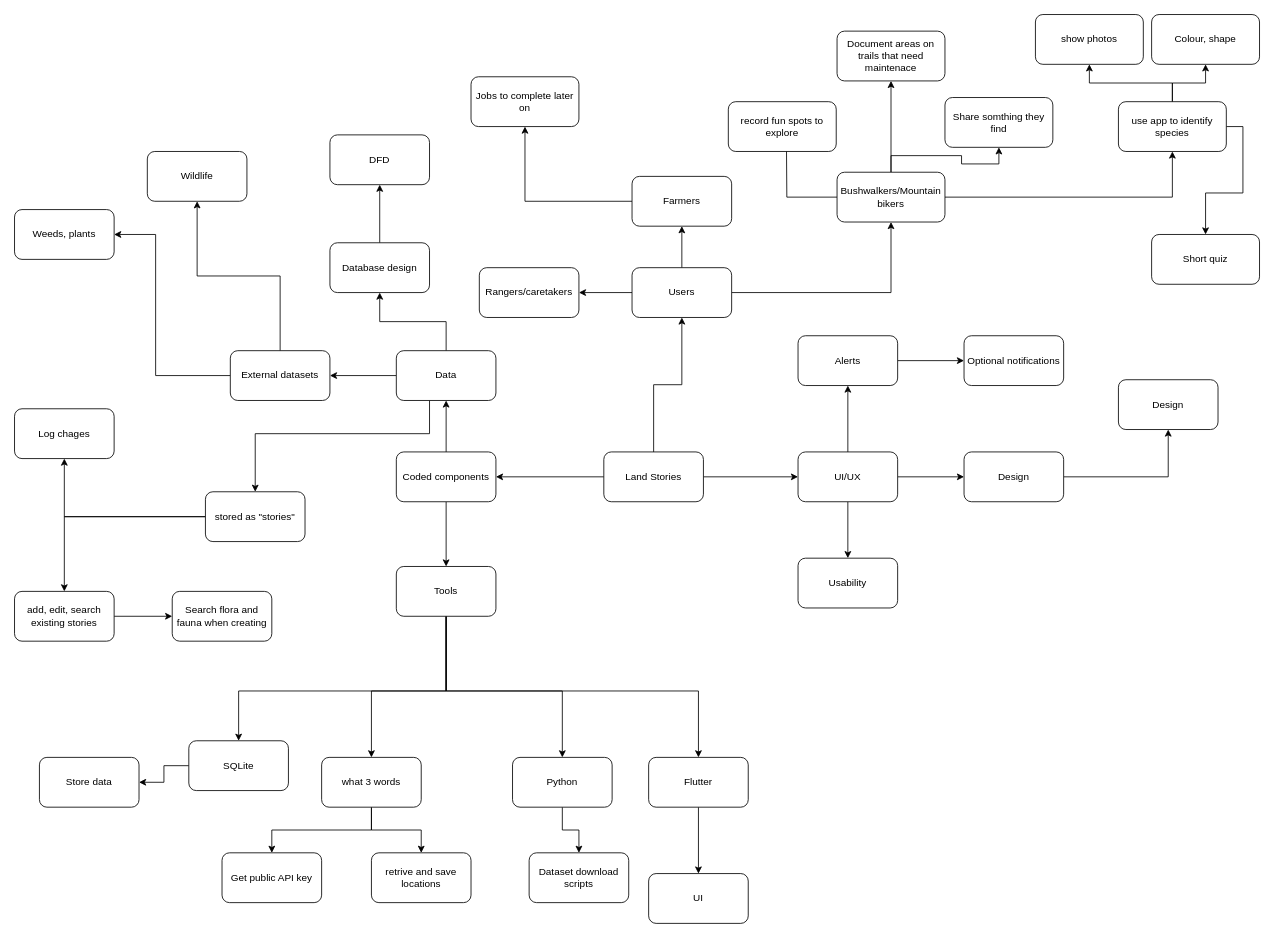
bradystroud/LandStories keeps this draw.io diagram as page "mind map" (1 of 3) of Documentation/Diagrams/You must to.drawio. Above is the earlier version. Source tidied: cells renumbered, new cells numbered last; positions are measured from the earlier drawing's top-left corner, leaving out a move shared by most shapes. Both pictures are drawn from the tidied source at 83%, with x=0, y=0 at pixel (14, 14).
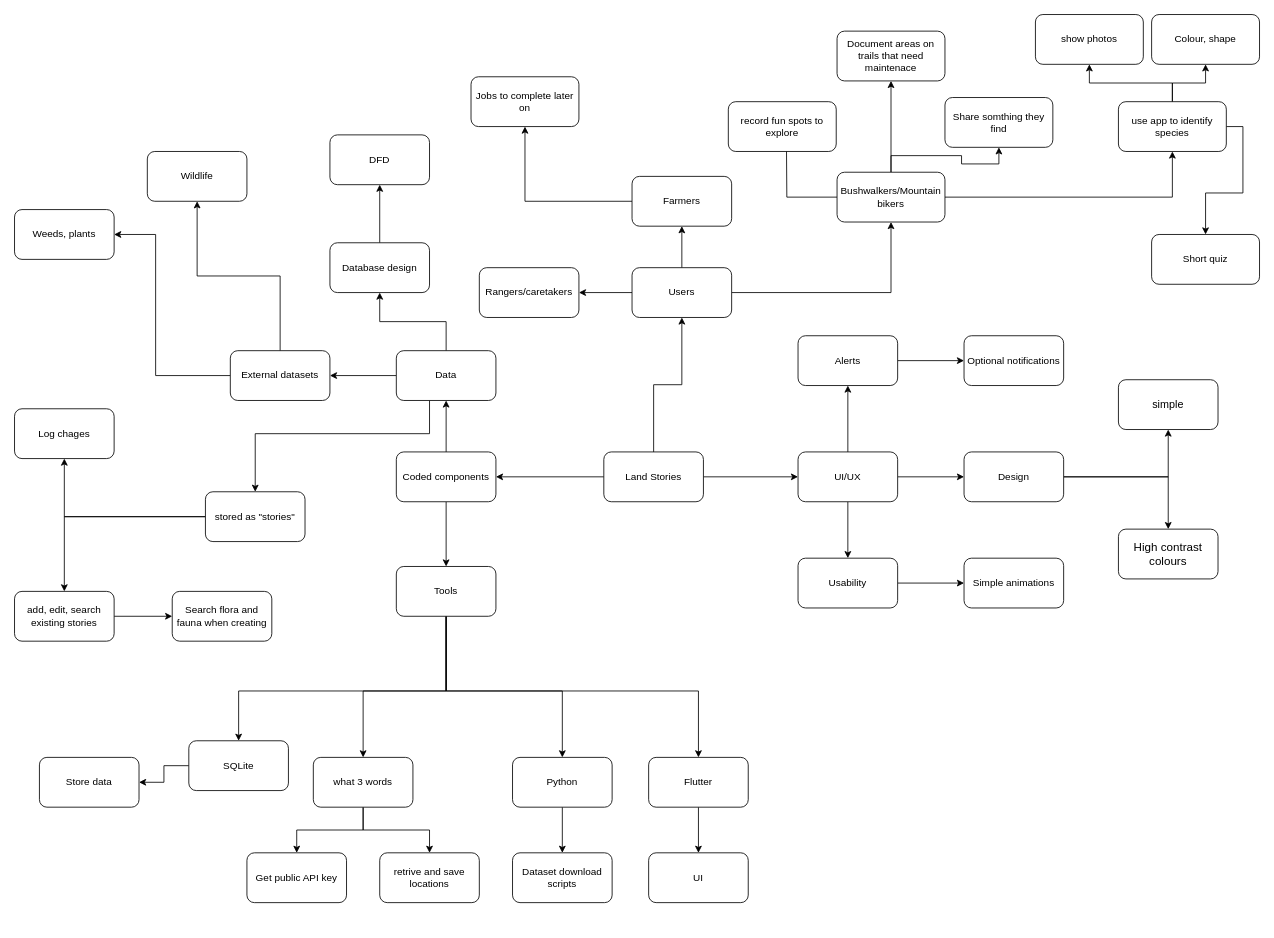
The same page after the edit.

The change refers to these unchanged cells:
```xml
<mxCell id="11" value="Design" style="rounded=1;whiteSpace=wrap;html=1;" parent="1" vertex="1">
  <mxGeometry x="1144" y="527" width="120" height="60" as="geometry" />
</mxCell>
<mxCell id="16" value="Usability" style="rounded=1;whiteSpace=wrap;html=1;" parent="1" vertex="1">
  <mxGeometry x="944" y="655" width="120" height="60" as="geometry" />
</mxCell>
<mxCell id="63" value="Tools" style="rounded=1;whiteSpace=wrap;html=1;" parent="1" vertex="1">
  <mxGeometry x="460" y="665" width="120" height="60" as="geometry" />
</mxCell>
```

The edit, as a diff of the source:
```diff
@@
+    <mxCell id="81" style="edgeStyle=orthogonalEdgeStyle;rounded=0;jettySize=auto;html=1;" parent="1" edge="1" source="11" target="82">
+      <mxGeometry relative="1" as="geometry" />
+    </mxCell>
@@
+    <mxCell id="82" value="High contrast colours" style="rounded=1;whiteSpace=wrap;html=1;fontSize=14;" parent="1" vertex="1">
+      <mxGeometry x="1330" y="620" width="120" height="60" as="geometry" />
+    </mxCell>
-    <mxCell id="12" value="Design" style="rounded=1;whiteSpace=wrap;html=1;" parent="1" vertex="1">
+    <mxCell id="12" value="simple" style="rounded=1;whiteSpace=wrap;html=1;fontSize=13;" parent="1" vertex="1">
       <mxGeometry x="1330" y="440" width="120" height="60" as="geometry" />
     </mxCell>
@@
+    <mxCell id="83" style="edgeStyle=orthogonalEdgeStyle;rounded=0;jettySize=auto;html=1;fontSize=13;" parent="1" edge="1" source="16" target="84">
+      <mxGeometry relative="1" as="geometry" />
+    </mxCell>
@@
+    <mxCell id="84" value="Simple animations" style="rounded=1;whiteSpace=wrap;html=1;" parent="1" vertex="1">
+      <mxGeometry x="1144" y="655" width="120" height="60" as="geometry" />
+    </mxCell>
@@
     <mxCell id="59" style="edgeStyle=orthogonalEdgeStyle;rounded=0;jettySize=auto;html=1;exitX=0.5;exitY=1;exitDx=0;exitDy=0;entryX=0.5;entryY=0;entryDx=0;entryDy=0;" parent="1" edge="1" source="63" target="66">
       <mxGeometry relative="1" as="geometry">
         <Array as="points">
           <mxPoint x="520" y="815" />
-          <mxPoint x="430" y="815" />
+          <mxPoint x="420" y="815" />
         </Array>
       </mxGeometry>
     </mxCell>
@@
     <mxCell id="66" value="what 3 words" style="rounded=1;whiteSpace=wrap;html=1;" parent="1" vertex="1">
-      <mxGeometry x="370" y="895" width="120" height="60" as="geometry" />
+      <mxGeometry x="360" y="895" width="120" height="60" as="geometry" />
     </mxCell>
@@
     <mxCell id="69" value="Dataset download scripts" style="rounded=1;whiteSpace=wrap;html=1;" parent="1" vertex="1">
-      <mxGeometry x="620" y="1010" width="120" height="60" as="geometry" />
+      <mxGeometry x="600" y="1010" width="120" height="60" as="geometry" />
     </mxCell>
     <mxCell id="70" value="Get public API key" style="rounded=1;whiteSpace=wrap;html=1;" parent="1" vertex="1">
-      <mxGeometry x="250" y="1010" width="120" height="60" as="geometry" />
+      <mxGeometry x="280" y="1010" width="120" height="60" as="geometry" />
     </mxCell>
     <mxCell id="71" value="retrive and save locations" style="rounded=1;whiteSpace=wrap;html=1;" parent="1" vertex="1">
-      <mxGeometry x="430" y="1010" width="120" height="60" as="geometry" />
+      <mxGeometry x="440" y="1010" width="120" height="60" as="geometry" />
     </mxCell>
@@
     <mxCell id="77" value="UI" style="rounded=1;whiteSpace=wrap;html=1;" parent="1" vertex="1">
-      <mxGeometry x="764" y="1035" width="120" height="60" as="geometry" />
+      <mxGeometry x="764" y="1010" width="120" height="60" as="geometry" />
     </mxCell>
```
